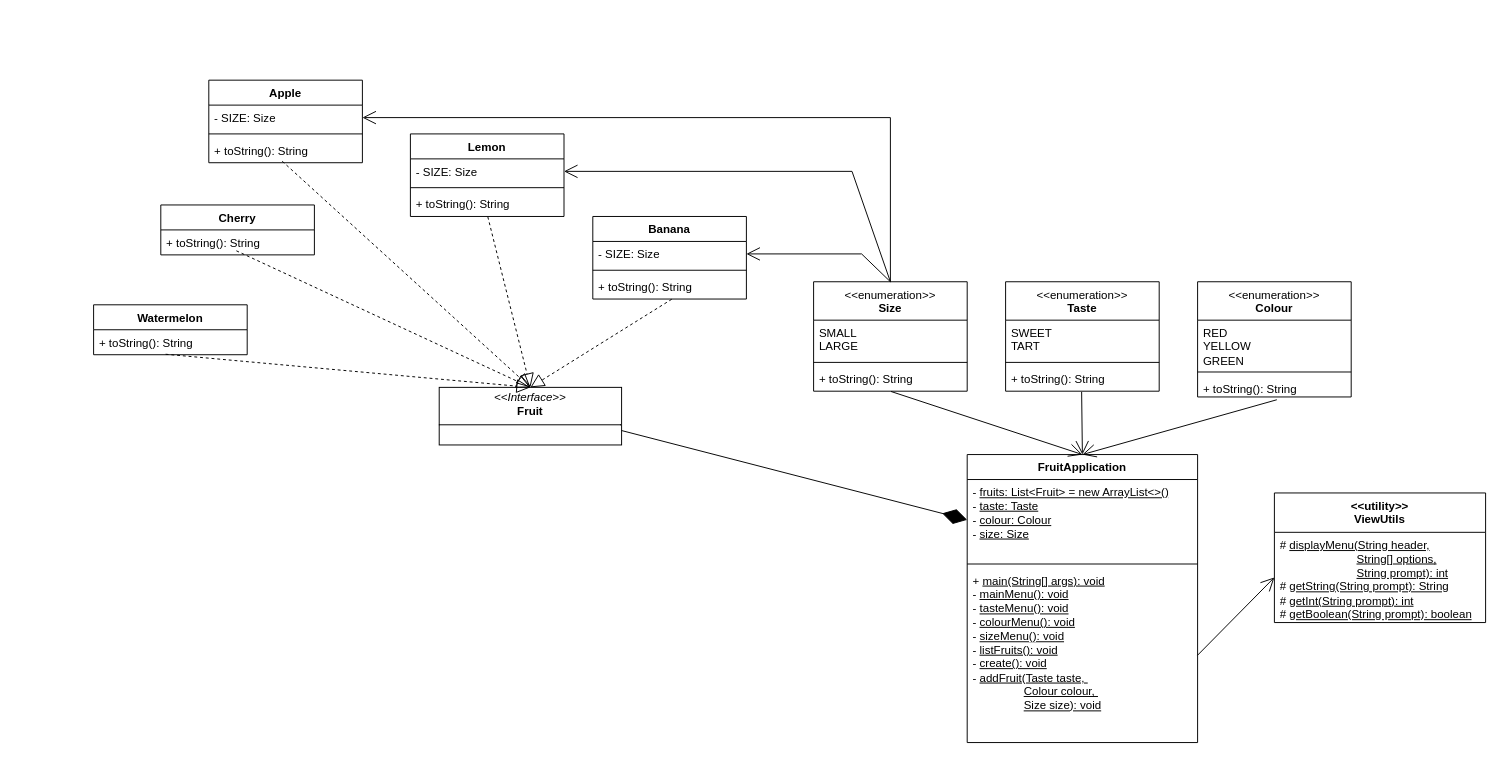
Above: soft2201w4.drawio in NguyenChHieu/graphs (draw.io), before the change. Source tidied: cells renumbered, new cells numbered last; positions are measured from the earlier drawing's top-left corner, leaving out a move shared by most shapes. Both pictures are drawn from the tidied source at 96%, with x=0, y=0 at pixel (93, 80).
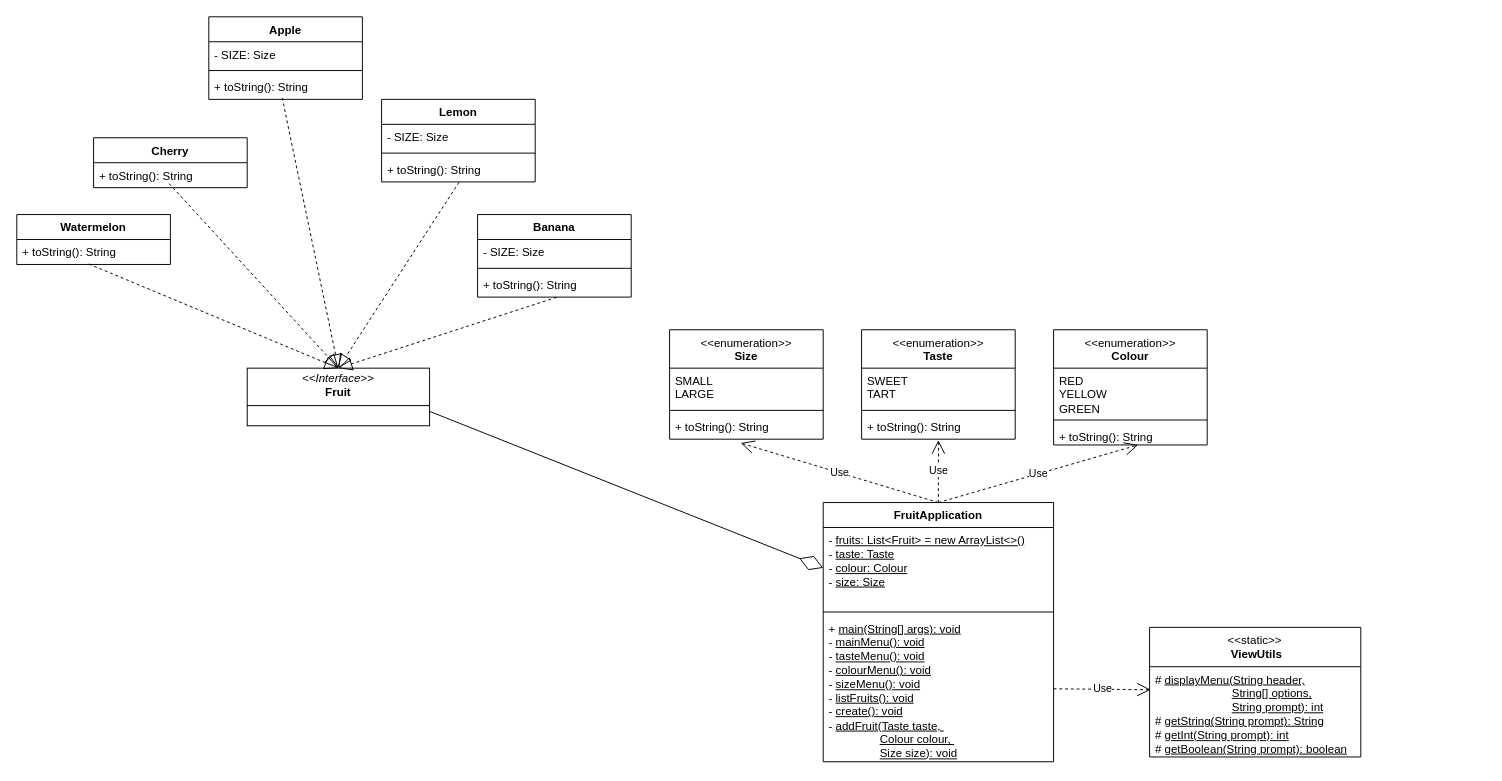
The same diagram, later.

The change refers to these unchanged cells:
```xml
<mxCell id="4" value="- SIZE: Size" style="text;strokeColor=none;fillColor=none;align=left;verticalAlign=top;spacingLeft=4;spacingRight=4;overflow=hidden;points=[[0,0.5],[1,0.5]];portConstraint=eastwest;whiteSpace=wrap;html=1;" parent="3" vertex="1">
  <mxGeometry y="26" width="160" height="26" as="geometry" />
</mxCell>
<mxCell id="8" value="- SIZE: Size" style="text;strokeColor=none;fillColor=none;align=left;verticalAlign=top;spacingLeft=4;spacingRight=4;overflow=hidden;points=[[0,0.5],[1,0.5]];portConstraint=eastwest;whiteSpace=wrap;html=1;" parent="7" vertex="1">
  <mxGeometry y="26" width="160" height="26" as="geometry" />
</mxCell>
<mxCell id="14" value="- SIZE: Size" style="text;strokeColor=none;fillColor=none;align=left;verticalAlign=top;spacingLeft=4;spacingRight=4;overflow=hidden;points=[[0,0.5],[1,0.5]];portConstraint=eastwest;whiteSpace=wrap;html=1;" parent="13" vertex="1">
  <mxGeometry y="26" width="160" height="26" as="geometry" />
</mxCell>
<mxCell id="25" value="- &lt;u&gt;fruits: List&amp;lt;Fruit&amp;gt; = new ArrayList&amp;lt;&amp;gt;()&lt;/u&gt;&lt;div&gt;- &lt;u&gt;taste: Taste&lt;/u&gt;&lt;/div&gt;&lt;div&gt;- &lt;u&gt;colour: Colour&lt;/u&gt;&lt;/div&gt;&lt;div&gt;- &lt;u&gt;size: Size&lt;/u&gt;&lt;/div&gt;" style="text;strokeColor=none;fillColor=none;align=left;verticalAlign=top;spacingLeft=4;spacingRight=4;overflow=hidden;points=[[0,0.5],[1,0.5]];portConstraint=eastwest;whiteSpace=wrap;html=1;" parent="24" vertex="1">
  <mxGeometry y="26" width="240" height="84" as="geometry" />
</mxCell>
<mxCell id="29" value="# &lt;u&gt;displayMenu(String header,&lt;/u&gt;&lt;div&gt;&lt;u&gt;&lt;span style=&quot;white-space: pre;&quot;&gt;&#9;&lt;/span&gt;&lt;span style=&quot;white-space: pre;&quot;&gt;&#9;&lt;/span&gt;&lt;span style=&quot;white-space: pre;&quot;&gt;&#9;&lt;/span&gt;String[] options,&lt;br&gt;&lt;/u&gt;&lt;/div&gt;&lt;div&gt;&lt;u&gt;&lt;span style=&quot;white-space: pre;&quot;&gt;&#9;&lt;/span&gt;&lt;span style=&quot;white-space: pre;&quot;&gt;&#9;&lt;/span&gt;&lt;span style=&quot;white-space: pre;&quot;&gt;&#9;&lt;/span&gt;String prompt): int&lt;/u&gt;&lt;br&gt;&lt;/div&gt;&lt;div&gt;# &lt;u&gt;getString(String prompt): String&lt;/u&gt;&amp;nbsp;&lt;/div&gt;&lt;div&gt;# &lt;u&gt;getInt(String prompt): int&lt;/u&gt;&lt;/div&gt;&lt;div&gt;# &lt;u&gt;getBoolean(String prompt): boolean&lt;/u&gt;&lt;/div&gt;" style="text;strokeColor=none;fillColor=none;align=left;verticalAlign=top;spacingLeft=4;spacingRight=4;overflow=hidden;points=[[0,0.5],[1,0.5]];portConstraint=eastwest;whiteSpace=wrap;html=1;" parent="28" vertex="1">
  <mxGeometry y="41" width="220" height="94" as="geometry" />
</mxCell>
<mxCell id="35" value="+ toString(): String" style="text;strokeColor=none;fillColor=none;align=left;verticalAlign=top;spacingLeft=4;spacingRight=4;overflow=hidden;points=[[0,0.5],[1,0.5]];portConstraint=eastwest;whiteSpace=wrap;html=1;" parent="32" vertex="1">
  <mxGeometry y="88" width="160" height="26" as="geometry" />
</mxCell>
<mxCell id="39" value="+ toString(): String" style="text;strokeColor=none;fillColor=none;align=left;verticalAlign=top;spacingLeft=4;spacingRight=4;overflow=hidden;points=[[0,0.5],[1,0.5]];portConstraint=eastwest;whiteSpace=wrap;html=1;" parent="36" vertex="1">
  <mxGeometry y="88" width="160" height="26" as="geometry" />
</mxCell>
<mxCell id="43" value="+ toString(): String" style="text;strokeColor=none;fillColor=none;align=left;verticalAlign=top;spacingLeft=4;spacingRight=4;overflow=hidden;points=[[0,0.5],[1,0.5]];portConstraint=eastwest;whiteSpace=wrap;html=1;" parent="40" vertex="1">
  <mxGeometry y="98" width="160" height="22" as="geometry" />
</mxCell>
```

Change to the diagram source:
```diff
@@
     <mxCell id="2" value="&lt;p style=&quot;margin:0px;margin-top:4px;text-align:center;&quot;&gt;&lt;i&gt;&amp;lt;&amp;lt;Interface&amp;gt;&amp;gt;&lt;/i&gt;&lt;br&gt;&lt;b&gt;Fruit&lt;/b&gt;&lt;/p&gt;&lt;hr size=&quot;1&quot; style=&quot;border-style:solid;&quot;&gt;&lt;p style=&quot;margin:0px;margin-left:4px;&quot;&gt;&lt;/p&gt;&lt;p style=&quot;margin:0px;margin-left:4px;&quot;&gt;&lt;br&gt;&lt;/p&gt;" style="verticalAlign=top;align=left;overflow=fill;html=1;whiteSpace=wrap;" parent="1" vertex="1">
-      <mxGeometry x="360" y="320" width="190" height="60" as="geometry" />
+      <mxGeometry x="160" y="300" width="190" height="60" as="geometry" />
     </mxCell>
     <mxCell id="3" value="Apple" style="swimlane;fontStyle=1;align=center;verticalAlign=top;horizontal=1;startSize=26;whiteSpace=wrap;html=1;" parent="1" vertex="1">
-      <mxGeometry x="120" width="160" height="86" as="geometry" />
+      <mxGeometry x="120" y="-66" width="160" height="86" as="geometry" />
     </mxCell>
@@
     <mxCell id="7" value="Banana" style="swimlane;fontStyle=1;align=center;verticalAlign=top;horizontal=1;startSize=26;whiteSpace=wrap;html=1;" parent="1" vertex="1">
-      <mxGeometry x="520" y="142" width="160" height="86" as="geometry" />
+      <mxGeometry x="400" y="140" width="160" height="86" as="geometry" />
     </mxCell>
@@
     <mxCell id="11" value="Cherry" style="swimlane;fontStyle=1;align=center;verticalAlign=top;horizontal=1;startSize=26;whiteSpace=wrap;html=1;" parent="1" vertex="1">
-      <mxGeometry x="70" y="130" width="160" height="52" as="geometry" />
+      <mxGeometry y="60" width="160" height="52" as="geometry" />
     </mxCell>
@@
     <mxCell id="13" value="Lemon" style="swimlane;fontStyle=1;align=center;verticalAlign=top;horizontal=1;startSize=26;whiteSpace=wrap;html=1;" parent="1" vertex="1">
-      <mxGeometry x="330" y="56" width="160" height="86" as="geometry" />
+      <mxGeometry x="300" y="20" width="160" height="86" as="geometry" />
     </mxCell>
@@
     <mxCell id="21" value="Watermelon" style="swimlane;fontStyle=1;align=center;verticalAlign=top;horizontal=1;startSize=26;whiteSpace=wrap;html=1;" parent="1" vertex="1">
-      <mxGeometry y="234" width="160" height="52" as="geometry" />
+      <mxGeometry x="-80" y="140" width="160" height="52" as="geometry" />
     </mxCell>
@@
     <mxCell id="24" value="FruitApplication" style="swimlane;fontStyle=1;align=center;verticalAlign=top;horizontal=1;startSize=26;whiteSpace=wrap;html=1;" parent="1" vertex="1">
-      <mxGeometry x="910" y="390" width="240" height="300" as="geometry" />
+      <mxGeometry x="760" y="440" width="240" height="270" as="geometry" />
     </mxCell>
@@
     <mxCell id="27" value="+ &lt;u&gt;main(String[] args): void&lt;/u&gt;&lt;div&gt;&lt;span style=&quot;background-color: initial;&quot;&gt;- &lt;u&gt;mainMenu(): void&lt;/u&gt;&lt;/span&gt;&lt;/div&gt;&lt;div&gt;&lt;span style=&quot;background-color: initial;&quot;&gt;- &lt;u&gt;tasteMenu(): void&lt;/u&gt;&lt;/span&gt;&lt;/div&gt;&lt;div&gt;&lt;span style=&quot;background-color: initial;&quot;&gt;- &lt;u&gt;colourMenu(): void&lt;/u&gt;&lt;/span&gt;&lt;/div&gt;&lt;div&gt;&lt;span style=&quot;background-color: initial;&quot;&gt;- &lt;u&gt;sizeMenu(): void&lt;/u&gt;&lt;/span&gt;&lt;/div&gt;&lt;div&gt;&lt;span style=&quot;background-color: initial;&quot;&gt;- &lt;u&gt;listFruits(): void&lt;/u&gt;&lt;/span&gt;&lt;/div&gt;&lt;div&gt;&lt;span style=&quot;background-color: initial;&quot;&gt;- &lt;u&gt;create(): void&lt;/u&gt;&lt;/span&gt;&lt;/div&gt;&lt;div&gt;&lt;span style=&quot;background-color: initial;&quot;&gt;- &lt;u&gt;addFruit(Taste taste,&amp;nbsp;&lt;/u&gt;&lt;/span&gt;&lt;/div&gt;&lt;div&gt;&lt;span style=&quot;background-color: initial;&quot;&gt;&lt;u&gt;&lt;span style=&quot;white-space: pre;&quot;&gt;&#9;&lt;/span&gt;&lt;span style=&quot;white-space: pre;&quot;&gt;&#9;&lt;/span&gt;Colour colour,&amp;nbsp;&lt;/u&gt;&lt;/span&gt;&lt;/div&gt;&lt;div&gt;&lt;span style=&quot;background-color: initial;&quot;&gt;&lt;u&gt;&lt;span style=&quot;white-space: pre;&quot;&gt;&#9;&lt;/span&gt;&lt;span style=&quot;white-space: pre;&quot;&gt;&#9;&lt;/span&gt;Size size): void&lt;/u&gt;&lt;/span&gt;&lt;/div&gt;" style="text;strokeColor=none;fillColor=none;align=left;verticalAlign=top;spacingLeft=4;spacingRight=4;overflow=hidden;points=[[0,0.5],[1,0.5]];portConstraint=eastwest;whiteSpace=wrap;html=1;" parent="24" vertex="1">
-      <mxGeometry y="118" width="240" height="182" as="geometry" />
+      <mxGeometry y="118" width="240" height="152" as="geometry" />
     </mxCell>
-    <mxCell id="28" value="&lt;div style=&quot;text-align: left;&quot;&gt;&lt;span style=&quot;background-color: initial; text-align: center;&quot;&gt;&amp;lt;&amp;lt;utility&amp;gt;&amp;gt;&lt;/span&gt;&lt;/div&gt;&lt;div style=&quot;text-align: left;&quot;&gt;&lt;span style=&quot;background-color: initial; text-align: center;&quot;&gt;&amp;nbsp;ViewUtils&lt;/span&gt;&lt;br&gt;&lt;/div&gt;" style="swimlane;fontStyle=1;align=center;verticalAlign=top;horizontal=1;startSize=41;whiteSpace=wrap;html=1;" parent="1" vertex="1">
-      <mxGeometry x="1230" y="430" width="220" height="135" as="geometry" />
+    <mxCell id="28" value="&lt;div style=&quot;text-align: left;&quot;&gt;&lt;span style=&quot;background-color: initial; text-align: center; font-weight: normal;&quot;&gt;&amp;lt;&amp;lt;static&amp;gt;&amp;gt;&lt;/span&gt;&lt;/div&gt;&lt;div style=&quot;text-align: left;&quot;&gt;&lt;span style=&quot;background-color: initial; text-align: center;&quot;&gt;&amp;nbsp;ViewUtils&lt;/span&gt;&lt;br&gt;&lt;/div&gt;" style="swimlane;fontStyle=1;align=center;verticalAlign=top;horizontal=1;startSize=41;whiteSpace=wrap;html=1;" parent="1" vertex="1">
+      <mxGeometry x="1100" y="570" width="220" height="135" as="geometry" />
     </mxCell>
@@
-    <mxCell id="30" style="endArrow=open;endFill=1;endSize=12;html=1;rounded=0;entryX=0;entryY=0.5;entryDx=0;entryDy=0;exitX=1;exitY=0.5;exitDx=0;exitDy=0;" parent="1" edge="1" source="27" target="29">
-      <mxGeometry relative="1" as="geometry" />
-    </mxCell>
-    <mxCell id="31" style="endArrow=diamondThin;endFill=1;endSize=24;html=1;rounded=0;entryX=0;entryY=0.5;entryDx=0;entryDy=0;exitX=1;exitY=0.75;exitDx=0;exitDy=0;" parent="1" edge="1" source="2" target="25">
-      <mxGeometry relative="1" as="geometry" />
-    </mxCell>
     <mxCell id="32" value="&lt;div&gt;&lt;span style=&quot;font-weight: normal;&quot;&gt;&amp;lt;&amp;lt;enumeration&amp;gt;&amp;gt;&lt;/span&gt;&lt;/div&gt;Taste" style="swimlane;fontStyle=1;align=center;verticalAlign=top;horizontal=1;startSize=40;whiteSpace=wrap;html=1;" parent="1" vertex="1">
-      <mxGeometry x="950" y="210" width="160" height="114" as="geometry" />
+      <mxGeometry x="800" y="260" width="160" height="114" as="geometry" />
     </mxCell>
@@
     <mxCell id="36" value="&lt;div&gt;&lt;span style=&quot;font-weight: normal;&quot;&gt;&amp;lt;&amp;lt;enumeration&amp;gt;&amp;gt;&lt;/span&gt;&lt;/div&gt;&lt;div&gt;Size&lt;/div&gt;" style="swimlane;fontStyle=1;align=center;verticalAlign=top;horizontal=1;startSize=40;whiteSpace=wrap;html=1;" parent="1" vertex="1">
-      <mxGeometry x="750" y="210" width="160" height="114" as="geometry" />
+      <mxGeometry x="600" y="260" width="160" height="114" as="geometry" />
     </mxCell>
@@
     <mxCell id="40" value="&lt;div&gt;&lt;span style=&quot;font-weight: normal;&quot;&gt;&amp;lt;&amp;lt;enumeration&amp;gt;&amp;gt;&lt;/span&gt;&lt;/div&gt;&lt;div&gt;Colour&lt;/div&gt;" style="swimlane;fontStyle=1;align=center;verticalAlign=top;horizontal=1;startSize=40;whiteSpace=wrap;html=1;" parent="1" vertex="1">
-      <mxGeometry x="1150" y="210" width="160" height="120" as="geometry" />
+      <mxGeometry x="1000" y="260" width="160" height="120" as="geometry" />
     </mxCell>
@@
-    <mxCell id="44" style="endArrow=open;endFill=1;endSize=12;html=1;rounded=0;exitX=0.495;exitY=1.027;exitDx=0;exitDy=0;exitPerimeter=0;entryX=0.5;entryY=0;entryDx=0;entryDy=0;" parent="1" edge="1" source="35" target="24">
-      <mxGeometry relative="1" as="geometry" />
-    </mxCell>
-    <mxCell id="45" style="endArrow=open;endFill=1;endSize=12;html=1;rounded=0;exitX=0.516;exitY=1.132;exitDx=0;exitDy=0;exitPerimeter=0;entryX=0.5;entryY=0;entryDx=0;entryDy=0;" parent="1" edge="1" source="43" target="24">
-      <mxGeometry relative="1" as="geometry" />
-    </mxCell>
-    <mxCell id="46" style="endArrow=open;endFill=1;endSize=12;html=1;rounded=0;exitX=0.504;exitY=1.011;exitDx=0;exitDy=0;exitPerimeter=0;entryX=0.5;entryY=0;entryDx=0;entryDy=0;" parent="1" edge="1" source="39" target="24">
-      <mxGeometry relative="1" as="geometry" />
-    </mxCell>
-    <mxCell id="47" style="endArrow=open;endFill=1;endSize=12;html=1;rounded=0;entryX=1;entryY=0.5;entryDx=0;entryDy=0;exitX=0.5;exitY=0;exitDx=0;exitDy=0;" parent="1" edge="1" source="36" target="8">
-      <mxGeometry relative="1" as="geometry">
-        <Array as="points">
-          <mxPoint x="800" y="181" />
-        </Array>
-      </mxGeometry>
-    </mxCell>
-    <mxCell id="48" style="endArrow=open;endFill=1;endSize=12;html=1;rounded=0;entryX=1;entryY=0.5;entryDx=0;entryDy=0;exitX=0.5;exitY=0;exitDx=0;exitDy=0;" parent="1" edge="1" source="36" target="14">
-      <mxGeometry relative="1" as="geometry">
-        <Array as="points">
-          <mxPoint x="790" y="95" />
-        </Array>
-      </mxGeometry>
-    </mxCell>
-    <mxCell id="49" style="endArrow=open;endFill=1;endSize=12;html=1;rounded=0;exitX=0.5;exitY=0;exitDx=0;exitDy=0;entryX=1;entryY=0.5;entryDx=0;entryDy=0;" parent="1" edge="1" source="36" target="4">
-      <mxGeometry relative="1" as="geometry">
-        <Array as="points">
-          <mxPoint x="830" y="39" />
-        </Array>
-      </mxGeometry>
-    </mxCell>
+    <mxCell id="31" style="endArrow=diamondThin;endFill=0;endSize=24;html=1;rounded=0;entryX=0;entryY=0.5;entryDx=0;entryDy=0;exitX=1;exitY=0.75;exitDx=0;exitDy=0;" parent="1" edge="1" source="2" target="25">
+      <mxGeometry relative="1" as="geometry" />
+    </mxCell>
+    <mxCell id="50" value="Use" style="endArrow=open;endSize=12;dashed=1;html=1;rounded=0;entryX=0.463;entryY=1.154;entryDx=0;entryDy=0;entryPerimeter=0;" parent="1" edge="1" target="39">
+      <mxGeometry relative="1" as="geometry">
+        <mxPoint x="880" y="440" as="sourcePoint" />
+      </mxGeometry>
+    </mxCell>
+    <mxCell id="51" value="Use" style="endArrow=open;endSize=12;dashed=1;html=1;rounded=0;exitX=0.5;exitY=0;exitDx=0;exitDy=0;" parent="1" edge="1" source="24">
+      <mxGeometry relative="1" as="geometry">
+        <mxPoint x="880" y="375" as="targetPoint" />
+      </mxGeometry>
+    </mxCell>
+    <mxCell id="52" value="Use" style="endArrow=open;endSize=12;dashed=1;html=1;rounded=0;exitX=0.5;exitY=0;exitDx=0;exitDy=0;entryX=0.55;entryY=1;entryDx=0;entryDy=0;entryPerimeter=0;" parent="1" edge="1" source="24" target="43">
+      <mxGeometry relative="1" as="geometry" />
+    </mxCell>
+    <mxCell id="30" value="Use" style="endArrow=open;endSize=12;dashed=1;html=1;rounded=0;exitX=1;exitY=0.5;exitDx=0;exitDy=0;entryX=0.005;entryY=0.255;entryDx=0;entryDy=0;entryPerimeter=0;" parent="1" edge="1" source="27" target="29">
+      <mxGeometry relative="1" as="geometry" />
+    </mxCell>
```
